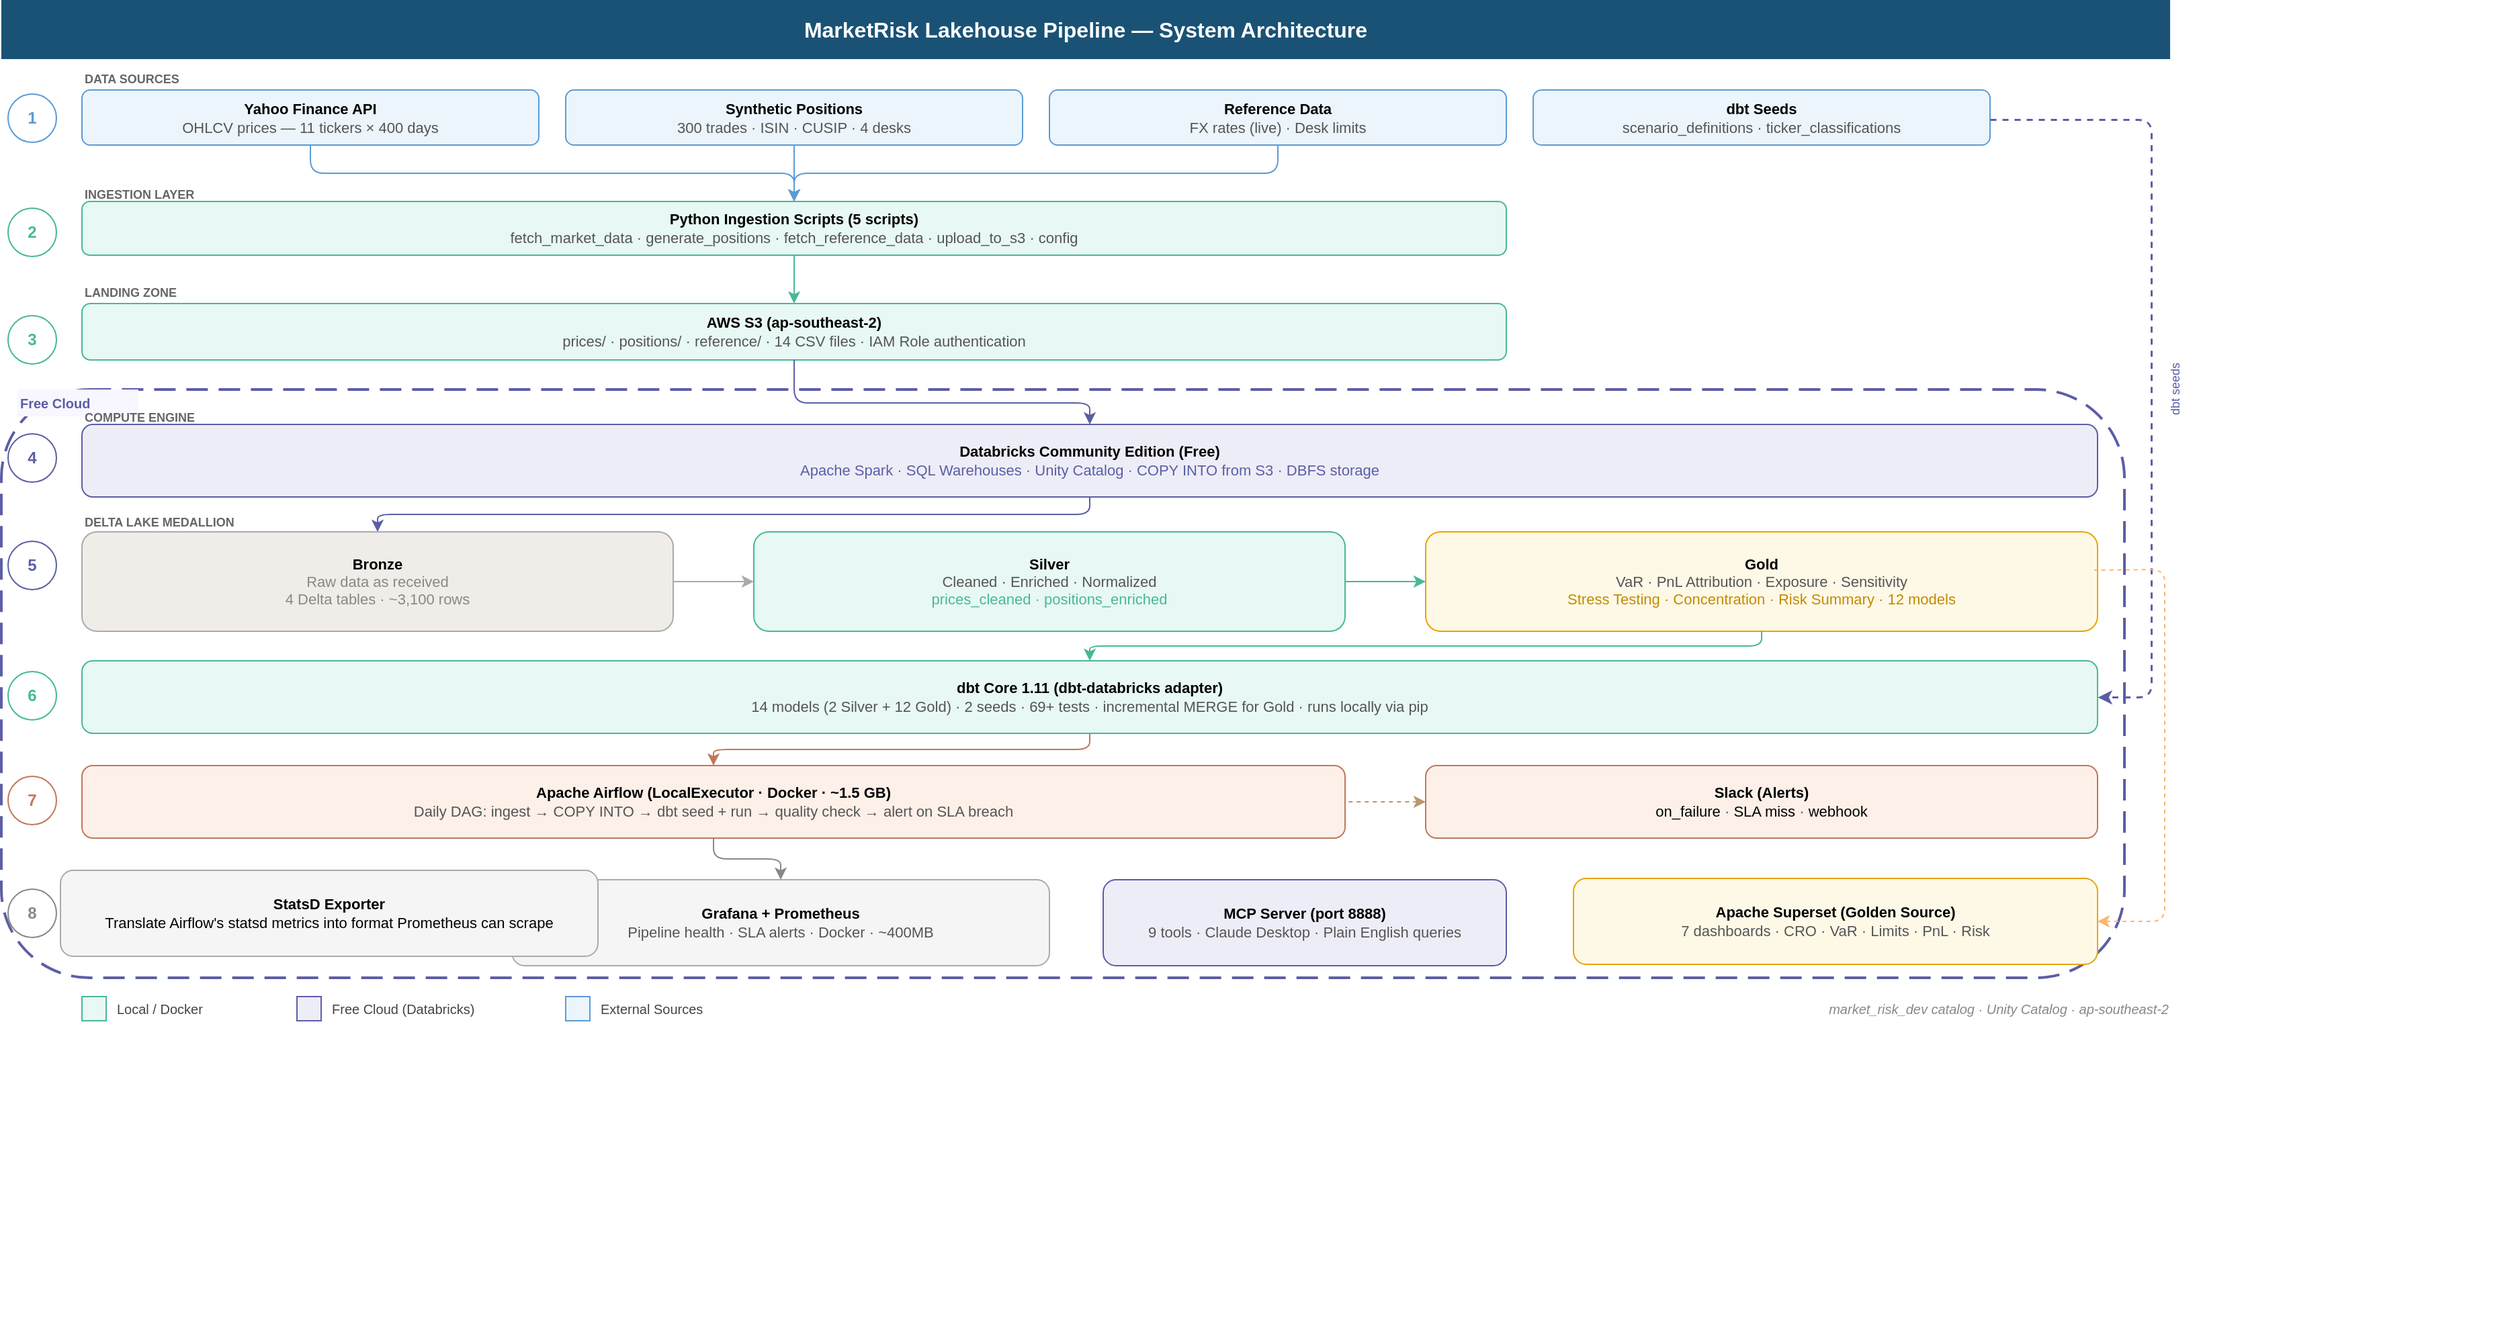
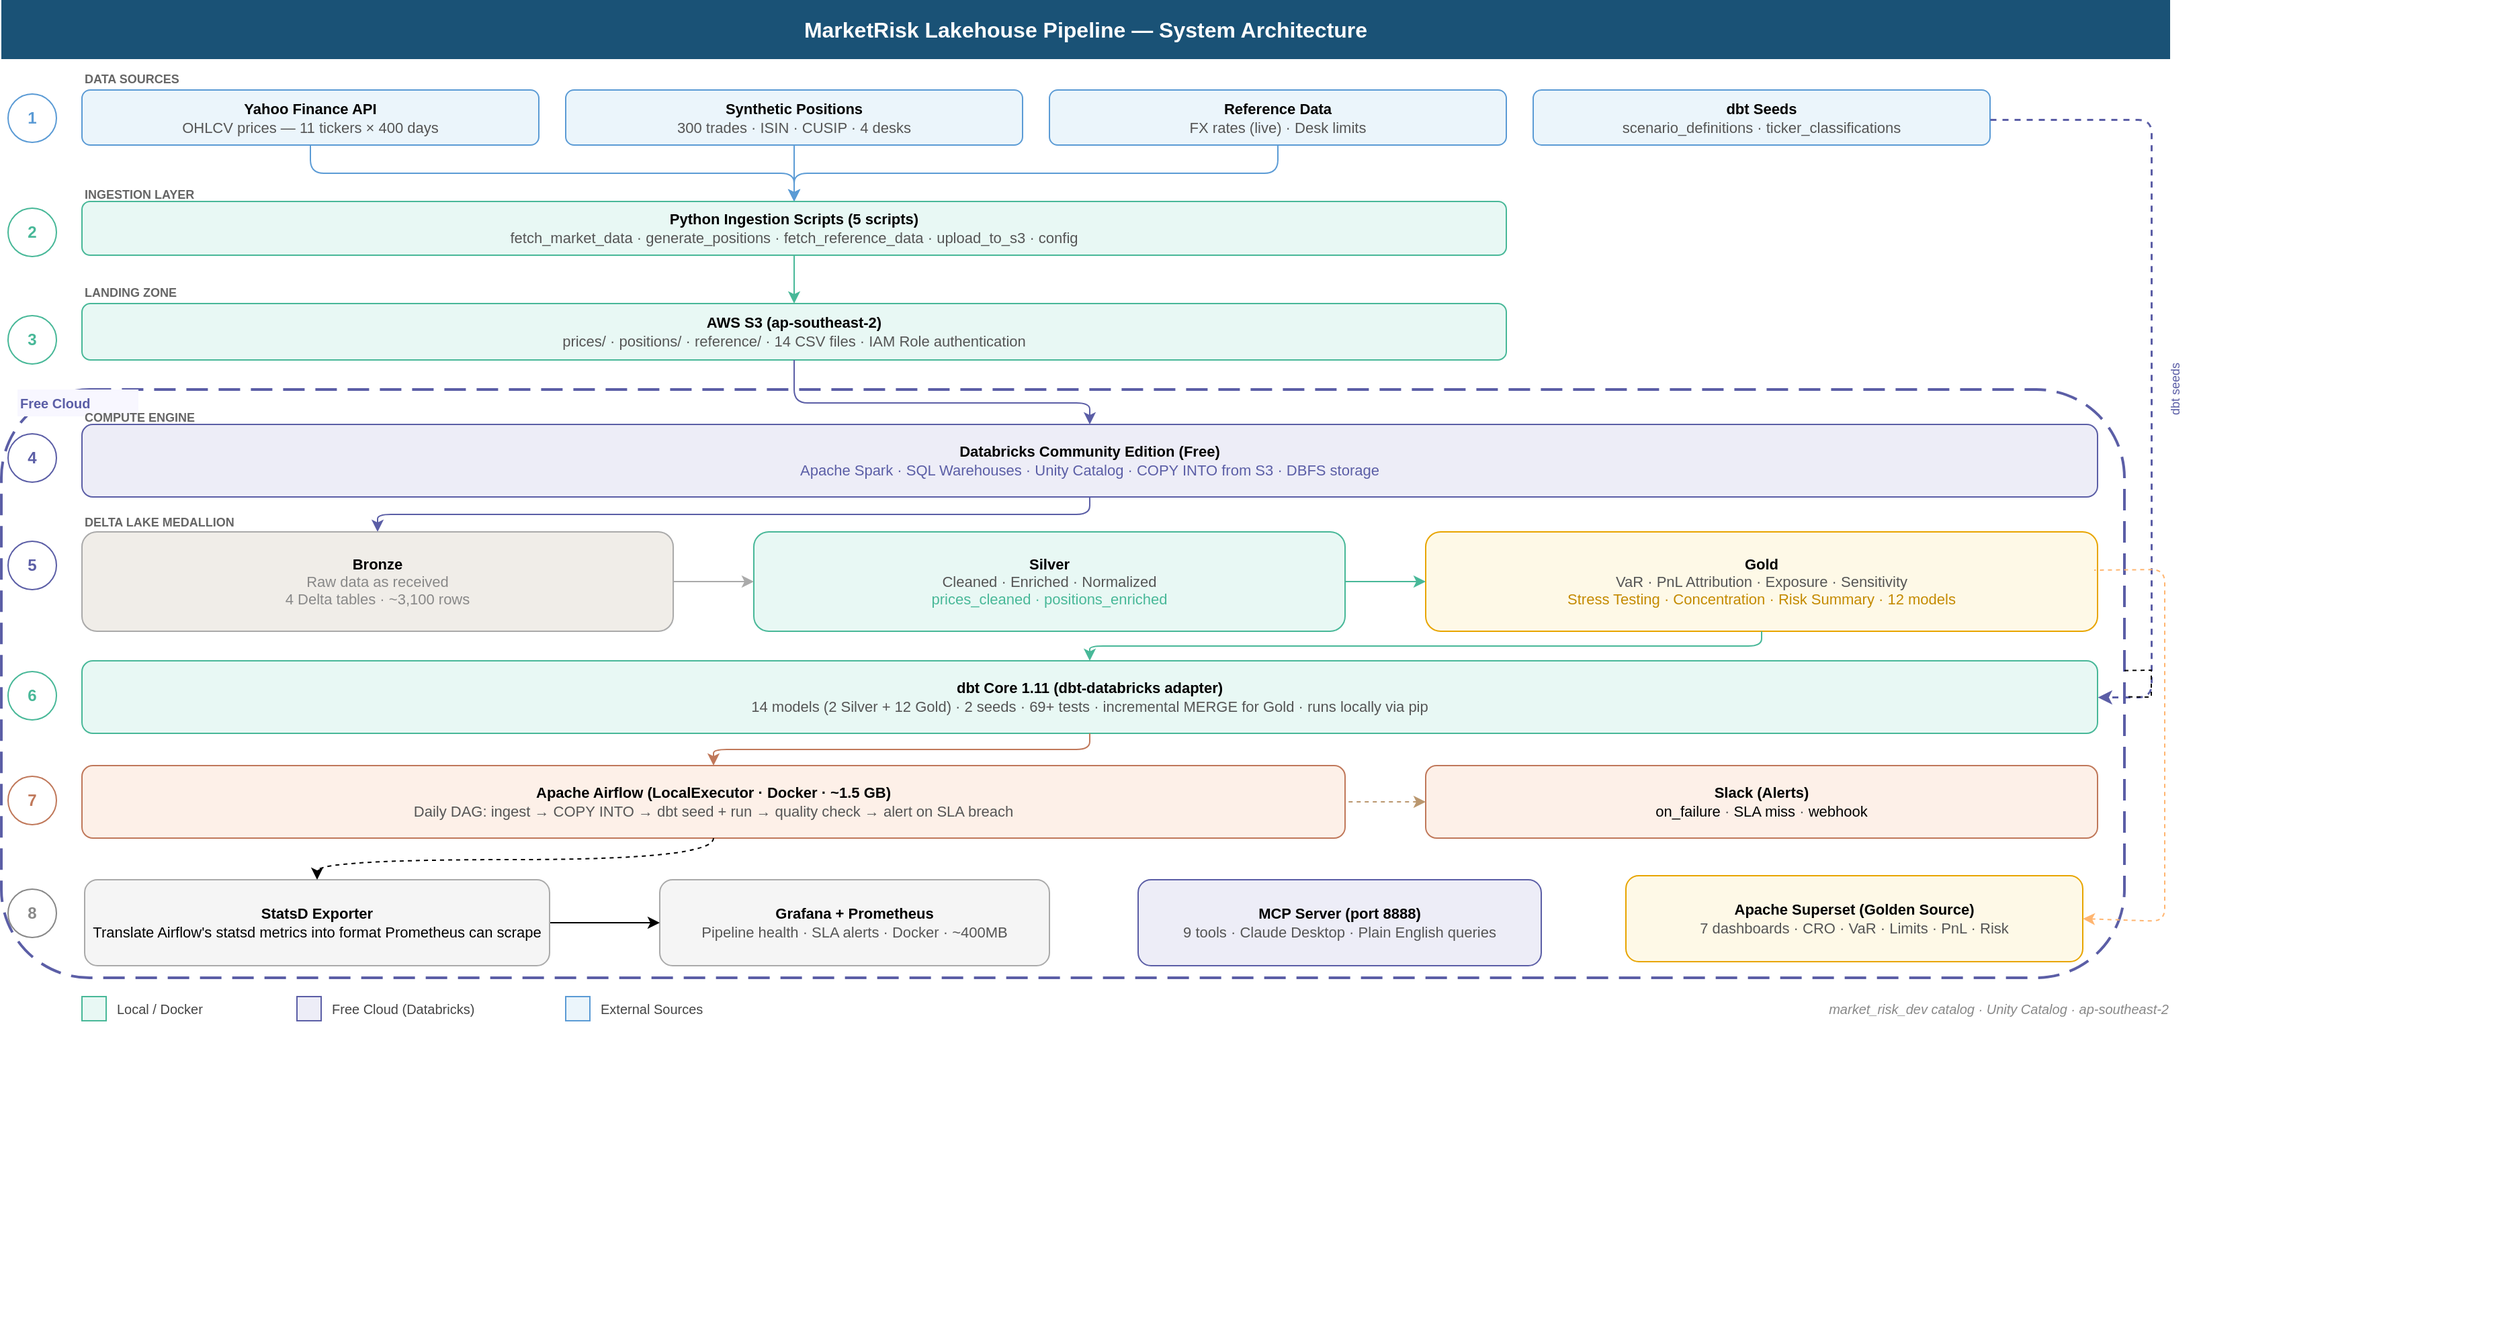
<mxfile host="app.diagrams.net">
  <diagram name="Page-1" id="-cQFvPMdIClFSUmL9I9t">
    <mxGraphModel dx="1645" dy="780" grid="1" gridSize="10" guides="1" tooltips="1" connect="1" arrows="1" fold="1" page="1" pageScale="1" pageWidth="850" pageHeight="1100" math="0" shadow="0">
      <root>
        <mxCell id="0" />
        <mxCell id="1" parent="0" />
        <mxCell id="MzbM_mRJEkIEzOc4ZALW-1" parent="1" style="text;html=1;strokeColor=none;fillColor=#1A5276;align=center;verticalAlign=middle;whiteSpace=wrap;rounded=0;fontColor=#FFFFFF;fontSize=16;fontStyle=1;" value="MarketRisk Lakehouse Pipeline — System Architecture" vertex="1">
          <mxGeometry height="44" width="1614" x="20" y="10" as="geometry" />
        </mxCell>
        <mxCell id="MzbM_mRJEkIEzOc4ZALW-2" parent="1" style="text;html=1;strokeColor=none;fillColor=none;align=left;verticalAlign=middle;fontStyle=1;fontSize=9;fontColor=#666666;" value="DATA SOURCES" vertex="1">
          <mxGeometry height="20" width="160" x="80" y="59" as="geometry" />
        </mxCell>
        <mxCell id="MzbM_mRJEkIEzOc4ZALW-3" parent="1" style="ellipse;whiteSpace=wrap;html=1;fillColor=#FFFFFF;strokeColor=#5B9BD5;fontColor=#5B9BD5;fontSize=12;fontStyle=1;" value="1" vertex="1">
          <mxGeometry height="36" width="36" x="25" y="80" as="geometry" />
        </mxCell>
        <mxCell id="MzbM_mRJEkIEzOc4ZALW-4" parent="1" style="rounded=1;whiteSpace=wrap;html=1;fillColor=#EBF5FB;strokeColor=#5B9BD5;fontSize=11;verticalAlign=middle;" value="&lt;b&gt;Yahoo Finance API&lt;/b&gt;&lt;br&gt;&lt;font color=&#39;#555555&#39;&gt;OHLCV prices — 11 tickers × 400 days&lt;/font&gt;" vertex="1">
          <mxGeometry height="41" width="340" x="80" y="77" as="geometry" />
        </mxCell>
        <mxCell id="MzbM_mRJEkIEzOc4ZALW-5" parent="1" style="rounded=1;whiteSpace=wrap;html=1;fillColor=#EBF5FB;strokeColor=#5B9BD5;fontSize=11;verticalAlign=middle;" value="&lt;b&gt;Synthetic Positions&lt;/b&gt;&lt;br&gt;&lt;font color=&#39;#555555&#39;&gt;300 trades · ISIN · CUSIP · 4 desks&lt;/font&gt;" vertex="1">
          <mxGeometry height="41" width="340" x="440" y="77" as="geometry" />
        </mxCell>
        <mxCell id="MzbM_mRJEkIEzOc4ZALW-6" parent="1" style="rounded=1;whiteSpace=wrap;html=1;fillColor=#EBF5FB;strokeColor=#5B9BD5;fontSize=11;verticalAlign=middle;" value="&lt;b&gt;Reference Data&lt;/b&gt;&lt;br&gt;&lt;font color=&#39;#555555&#39;&gt;FX rates (live) · Desk limits&lt;/font&gt;" vertex="1">
          <mxGeometry height="41" width="340" x="800" y="77" as="geometry" />
        </mxCell>
        <mxCell id="MzbM_mRJEkIEzOc4ZALW-7" parent="1" style="rounded=1;whiteSpace=wrap;html=1;fillColor=#EBF5FB;strokeColor=#5B9BD5;fontSize=11;verticalAlign=middle;" value="&lt;b&gt;dbt Seeds&lt;/b&gt;&lt;br&gt;&lt;font color=&#39;#555555&#39;&gt;scenario_definitions · ticker_classifications&lt;/font&gt;" vertex="1">
          <mxGeometry height="41" width="340" x="1160" y="77" as="geometry" />
        </mxCell>
        <mxCell id="MzbM_mRJEkIEzOc4ZALW-8" edge="1" parent="1" source="MzbM_mRJEkIEzOc4ZALW-4" style="edgeStyle=orthogonalEdgeStyle;strokeColor=#5B9BD5;" target="MzbM_mRJEkIEzOc4ZALW-15">
          <mxGeometry relative="1" as="geometry" />
        </mxCell>
        <mxCell id="MzbM_mRJEkIEzOc4ZALW-9" edge="1" parent="1" source="MzbM_mRJEkIEzOc4ZALW-5" style="edgeStyle=orthogonalEdgeStyle;strokeColor=#5B9BD5;" target="MzbM_mRJEkIEzOc4ZALW-15">
          <mxGeometry relative="1" as="geometry" />
        </mxCell>
        <mxCell id="MzbM_mRJEkIEzOc4ZALW-10" edge="1" parent="1" source="MzbM_mRJEkIEzOc4ZALW-6" style="edgeStyle=orthogonalEdgeStyle;strokeColor=#5B9BD5;" target="MzbM_mRJEkIEzOc4ZALW-15">
          <mxGeometry relative="1" as="geometry" />
        </mxCell>
        <mxCell id="MzbM_mRJEkIEzOc4ZALW-11" edge="1" parent="1" source="MzbM_mRJEkIEzOc4ZALW-7" style="edgeStyle=orthogonalEdgeStyle;dashed=1;strokeColor=#5B5EA6;strokeWidth=1.5;entryX=1;entryY=0.5;entryDx=0;entryDy=0;" target="MzbM_mRJEkIEzOc4ZALW-36">
          <mxGeometry relative="1" as="geometry">
            <Array as="points">
              <mxPoint x="1560" y="99" />
              <mxPoint x="1620" y="99" />
              <mxPoint x="1620" y="560" />
            </Array>
          </mxGeometry>
        </mxCell>
        <mxCell id="MzbM_mRJEkIEzOc4ZALW-12" parent="1" style="text;html=1;strokeColor=none;fillColor=none;align=center;verticalAlign=middle;fontSize=9;fontColor=#5B5EA6;rotation=-90;" value="dbt seeds" vertex="1">
          <mxGeometry height="20" width="60" x="1608" y="290" as="geometry" />
        </mxCell>
        <mxCell id="MzbM_mRJEkIEzOc4ZALW-13" parent="1" style="text;html=1;strokeColor=none;fillColor=none;align=left;verticalAlign=middle;fontStyle=1;fontSize=9;fontColor=#666666;" value="INGESTION LAYER" vertex="1">
          <mxGeometry height="20" width="160" x="80" y="145" as="geometry" />
        </mxCell>
        <mxCell id="MzbM_mRJEkIEzOc4ZALW-14" parent="1" style="ellipse;whiteSpace=wrap;html=1;fillColor=#FFFFFF;strokeColor=#48B898;fontColor=#48B898;fontSize=12;fontStyle=1;" value="2" vertex="1">
          <mxGeometry height="36" width="36" x="25" y="165" as="geometry" />
        </mxCell>
        <mxCell id="MzbM_mRJEkIEzOc4ZALW-15" parent="1" style="rounded=1;whiteSpace=wrap;html=1;fillColor=#E8F8F4;strokeColor=#48B898;fontSize=11;verticalAlign=middle;" value="&lt;b&gt;Python Ingestion Scripts (5 scripts)&lt;/b&gt;&lt;br&gt;&lt;font color=&#39;#555555&#39;&gt;fetch_market_data · generate_positions · fetch_reference_data · upload_to_s3 · config&lt;/font&gt;" vertex="1">
          <mxGeometry height="40" width="1060" x="80" y="160" as="geometry" />
        </mxCell>
        <mxCell id="MzbM_mRJEkIEzOc4ZALW-16" edge="1" parent="1" source="MzbM_mRJEkIEzOc4ZALW-15" style="edgeStyle=orthogonalEdgeStyle;strokeColor=#48B898;" target="MzbM_mRJEkIEzOc4ZALW-19">
          <mxGeometry relative="1" as="geometry" />
        </mxCell>
        <mxCell id="MzbM_mRJEkIEzOc4ZALW-17" parent="1" style="text;html=1;strokeColor=none;fillColor=none;align=left;verticalAlign=middle;fontStyle=1;fontSize=9;fontColor=#666666;" value="LANDING ZONE" vertex="1">
          <mxGeometry height="20" width="160" x="80" y="218" as="geometry" />
        </mxCell>
        <mxCell id="MzbM_mRJEkIEzOc4ZALW-18" parent="1" style="ellipse;whiteSpace=wrap;html=1;fillColor=#FFFFFF;strokeColor=#48B898;fontColor=#48B898;fontSize=12;fontStyle=1;" value="3" vertex="1">
          <mxGeometry height="36" width="36" x="25" y="245" as="geometry" />
        </mxCell>
        <mxCell id="MzbM_mRJEkIEzOc4ZALW-19" parent="1" style="rounded=1;whiteSpace=wrap;html=1;fillColor=#E8F8F4;strokeColor=#48B898;fontSize=11;verticalAlign=middle;" value="&lt;b&gt;AWS S3 (ap-southeast-2)&lt;/b&gt;&lt;br&gt;&lt;font color=&#39;#555555&#39;&gt;prices/ · positions/ · reference/ · 14 CSV files · IAM Role authentication&lt;/font&gt;" vertex="1">
          <mxGeometry height="42" width="1060" x="80" y="236" as="geometry" />
        </mxCell>
        <mxCell id="MzbM_mRJEkIEzOc4ZALW-20" parent="1" style="rounded=1;whiteSpace=wrap;html=1;fillColor=none;strokeColor=#5B5EA6;dashed=1;strokeWidth=2;dashPattern=8 4;verticalAlign=top;" value="" vertex="1">
          <mxGeometry height="438" width="1580" x="20" y="300" as="geometry" />
        </mxCell>
        <mxCell id="MzbM_mRJEkIEzOc4ZALW-21" parent="1" style="text;html=1;strokeColor=none;fillColor=#F8F7FF;align=left;verticalAlign=middle;fontStyle=1;fontSize=10;fontColor=#5B5EA6;" value="Free Cloud" vertex="1">
          <mxGeometry height="20" width="90" x="32" y="300" as="geometry" />
        </mxCell>
        <mxCell id="MzbM_mRJEkIEzOc4ZALW-22" edge="1" parent="1" source="MzbM_mRJEkIEzOc4ZALW-19" style="edgeStyle=orthogonalEdgeStyle;strokeColor=#5B5EA6;" target="MzbM_mRJEkIEzOc4ZALW-25">
          <mxGeometry relative="1" as="geometry">
            <Array as="points">
              <mxPoint x="610" y="310" />
              <mxPoint x="830" y="310" />
            </Array>
          </mxGeometry>
        </mxCell>
        <mxCell id="MzbM_mRJEkIEzOc4ZALW-23" parent="1" style="text;html=1;strokeColor=none;fillColor=none;align=left;verticalAlign=middle;fontStyle=1;fontSize=9;fontColor=#666666;" value="COMPUTE ENGINE" vertex="1">
          <mxGeometry height="20" width="160" x="80" y="311" as="geometry" />
        </mxCell>
        <mxCell id="MzbM_mRJEkIEzOc4ZALW-24" parent="1" style="ellipse;whiteSpace=wrap;html=1;fillColor=#FFFFFF;strokeColor=#5B5EA6;fontColor=#5B5EA6;fontSize=12;fontStyle=1;" value="4" vertex="1">
          <mxGeometry height="36" width="36" x="25" y="333" as="geometry" />
        </mxCell>
        <mxCell id="MzbM_mRJEkIEzOc4ZALW-25" parent="1" style="rounded=1;whiteSpace=wrap;html=1;fillColor=#EDEDF7;strokeColor=#5B5EA6;fontSize=11;verticalAlign=middle;" value="&lt;b&gt;Databricks Community Edition (Free)&lt;/b&gt;&lt;br&gt;&lt;font color=&#39;#5B5EA6&#39;&gt;Apache Spark · SQL Warehouses · Unity Catalog · COPY INTO from S3 · DBFS storage&lt;/font&gt;" vertex="1">
          <mxGeometry height="54" width="1500" x="80" y="326" as="geometry" />
        </mxCell>
        <mxCell id="MzbM_mRJEkIEzOc4ZALW-26" edge="1" parent="1" source="MzbM_mRJEkIEzOc4ZALW-25" style="edgeStyle=orthogonalEdgeStyle;strokeColor=#5B5EA6;" target="MzbM_mRJEkIEzOc4ZALW-29">
          <mxGeometry relative="1" as="geometry" />
        </mxCell>
        <mxCell id="MzbM_mRJEkIEzOc4ZALW-27" parent="1" style="text;html=1;strokeColor=none;fillColor=none;align=left;verticalAlign=middle;fontStyle=1;fontSize=9;fontColor=#666666;" value="DELTA LAKE MEDALLION" vertex="1">
          <mxGeometry height="20" width="200" x="80" y="389" as="geometry" />
        </mxCell>
        <mxCell id="MzbM_mRJEkIEzOc4ZALW-28" parent="1" style="ellipse;whiteSpace=wrap;html=1;fillColor=#FFFFFF;strokeColor=#5B5EA6;fontColor=#5B5EA6;fontSize=12;fontStyle=1;" value="5" vertex="1">
          <mxGeometry height="36" width="36" x="25" y="413" as="geometry" />
        </mxCell>
        <mxCell id="MzbM_mRJEkIEzOc4ZALW-29" parent="1" style="rounded=1;whiteSpace=wrap;html=1;fillColor=#F0EDE8;strokeColor=#AAAAAA;fontSize=11;verticalAlign=middle;" value="&lt;b&gt;Bronze&lt;/b&gt;&lt;br&gt;&lt;font color=&#39;#888888&#39;&gt;Raw data as received&lt;br&gt;4 Delta tables · ~3,100 rows&lt;/font&gt;" vertex="1">
          <mxGeometry height="74" width="440" x="80" y="406" as="geometry" />
        </mxCell>
        <mxCell id="MzbM_mRJEkIEzOc4ZALW-30" parent="1" style="rounded=1;whiteSpace=wrap;html=1;fillColor=#E8F8F4;strokeColor=#48B898;fontSize=11;verticalAlign=middle;" value="&lt;b&gt;Silver&lt;/b&gt;&lt;br&gt;&lt;font color=&#39;#555555&#39;&gt;Cleaned · Enriched · Normalized&lt;br&gt;&lt;/font&gt;&lt;font color=&#39;#48B898&#39;&gt;prices_cleaned · positions_enriched&lt;/font&gt;" vertex="1">
          <mxGeometry height="74" width="440" x="580" y="406" as="geometry" />
        </mxCell>
        <mxCell id="MzbM_mRJEkIEzOc4ZALW-31" parent="1" style="rounded=1;whiteSpace=wrap;html=1;fillColor=#FEF9E7;strokeColor=#E8A500;fontSize=11;verticalAlign=middle;" value="&lt;b&gt;Gold&lt;/b&gt;&lt;br&gt;&lt;font color=&#39;#555555&#39;&gt;VaR · PnL Attribution · Exposure · Sensitivity&lt;br&gt;&lt;/font&gt;&lt;font color=&#39;#C48A00&#39;&gt;Stress Testing · Concentration · Risk Summary · 12 models&lt;/font&gt;" vertex="1">
          <mxGeometry height="74" width="500" x="1080" y="406" as="geometry" />
        </mxCell>
        <mxCell id="MzbM_mRJEkIEzOc4ZALW-32" edge="1" parent="1" source="MzbM_mRJEkIEzOc4ZALW-29" style="edgeStyle=orthogonalEdgeStyle;strokeColor=#AAAAAA;" target="MzbM_mRJEkIEzOc4ZALW-30">
          <mxGeometry relative="1" as="geometry" />
        </mxCell>
        <mxCell id="MzbM_mRJEkIEzOc4ZALW-33" edge="1" parent="1" source="MzbM_mRJEkIEzOc4ZALW-30" style="edgeStyle=orthogonalEdgeStyle;strokeColor=#48B898;" target="MzbM_mRJEkIEzOc4ZALW-31">
          <mxGeometry relative="1" as="geometry" />
        </mxCell>
        <mxCell id="MzbM_mRJEkIEzOc4ZALW-34" edge="1" parent="1" source="MzbM_mRJEkIEzOc4ZALW-31" style="edgeStyle=orthogonalEdgeStyle;strokeColor=#48B898;" target="MzbM_mRJEkIEzOc4ZALW-36">
          <mxGeometry relative="1" as="geometry" />
        </mxCell>
        <mxCell id="MzbM_mRJEkIEzOc4ZALW-35" parent="1" style="ellipse;whiteSpace=wrap;html=1;fillColor=#FFFFFF;strokeColor=#48B898;fontColor=#48B898;fontSize=12;fontStyle=1;" value="6" vertex="1">
          <mxGeometry height="36" width="36" x="25" y="510" as="geometry" />
        </mxCell>
        <mxCell id="MzbM_mRJEkIEzOc4ZALW-36" parent="1" style="rounded=1;whiteSpace=wrap;html=1;fillColor=#E8F8F4;strokeColor=#48B898;fontSize=11;verticalAlign=middle;" value="&lt;b&gt;dbt Core 1.11 (dbt-databricks adapter)&lt;/b&gt;&lt;br&gt;&lt;font color=&#39;#555555&#39;&gt;14 models (2 Silver + 12 Gold) · 2 seeds · 69+ tests · incremental MERGE for Gold · runs locally via pip&lt;/font&gt;" vertex="1">
          <mxGeometry height="54" width="1500" x="80" y="502" as="geometry" />
        </mxCell>
        <mxCell id="MzbM_mRJEkIEzOc4ZALW-37" edge="1" parent="1" source="MzbM_mRJEkIEzOc4ZALW-36" style="edgeStyle=orthogonalEdgeStyle;strokeColor=#C0785A;" target="MzbM_mRJEkIEzOc4ZALW-39">
          <mxGeometry relative="1" as="geometry" />
        </mxCell>
        <mxCell id="MzbM_mRJEkIEzOc4ZALW-38" parent="1" style="ellipse;whiteSpace=wrap;html=1;fillColor=#FFFFFF;strokeColor=#C0785A;fontColor=#C0785A;fontSize=12;fontStyle=1;" value="7" vertex="1">
          <mxGeometry height="36" width="36" x="25" y="588" as="geometry" />
        </mxCell>
        <mxCell id="MzbM_mRJEkIEzOc4ZALW-39" parent="1" style="rounded=1;whiteSpace=wrap;html=1;fillColor=#FDF0E8;strokeColor=#C0785A;fontSize=11;verticalAlign=middle;" value="&lt;b&gt;Apache Airflow (LocalExecutor · Docker · ~1.5 GB)&lt;/b&gt;&lt;br&gt;&lt;font color=&#39;#555555&#39;&gt;Daily DAG: ingest → COPY INTO → dbt seed + run → quality check → alert on SLA breach&lt;/font&gt;" vertex="1">
          <mxGeometry height="54" width="940" x="80" y="580" as="geometry" />
        </mxCell>
-         <mxCell id="MzbM_mRJEkIEzOc4ZALW-40" edge="1" parent="1" source="MzbM_mRJEkIEzOc4ZALW-39" style="edgeStyle=orthogonalEdgeStyle;strokeColor=#888888;" target="MzbM_mRJEkIEzOc4ZALW-42">
-           <mxGeometry relative="1" as="geometry" />
-         </mxCell>
        <mxCell id="MzbM_mRJEkIEzOc4ZALW-41" parent="1" style="ellipse;whiteSpace=wrap;html=1;fillColor=#FFFFFF;strokeColor=#888888;fontColor=#888888;fontSize=12;fontStyle=1;" value="8" vertex="1">
          <mxGeometry height="36" width="36" x="25" y="672" as="geometry" />
        </mxCell>
        <mxCell id="MzbM_mRJEkIEzOc4ZALW-42" parent="1" style="rounded=1;whiteSpace=wrap;html=1;fillColor=#F5F5F5;strokeColor=#AAAAAA;fontSize=11;verticalAlign=middle;" value="&lt;b&gt;Grafana + Prometheus&lt;/b&gt;&lt;br&gt;&lt;font color=&#39;#555555&#39;&gt;Pipeline health · SLA alerts · Docker · ~400MB&lt;/font&gt;" vertex="1">
-           <mxGeometry height="64" width="400" x="400" y="665" as="geometry" />
+           <mxGeometry height="64" width="290" x="510" y="665" as="geometry" />
        </mxCell>
        <mxCell id="MzbM_mRJEkIEzOc4ZALW-43" parent="1" style="rounded=1;whiteSpace=wrap;html=1;fillColor=#EDEDF7;strokeColor=#5B5EA6;fontSize=11;verticalAlign=middle;" value="&lt;b&gt;MCP Server (port 8888)&lt;/b&gt;&lt;br&gt;&lt;font color=&#39;#555555&#39;&gt;9 tools · Claude Desktop · Plain English queries&lt;/font&gt;" vertex="1">
-           <mxGeometry height="64" width="300" x="840" y="665" as="geometry" />
+           <mxGeometry height="64" width="300" x="866" y="665" as="geometry" />
        </mxCell>
        <mxCell id="MzbM_mRJEkIEzOc4ZALW-44" parent="1" style="rounded=1;whiteSpace=wrap;html=1;fillColor=#FEF9E7;strokeColor=#E8A500;fontSize=11;verticalAlign=middle;" value="&lt;b&gt;Apache Superset (Golden Source)&lt;/b&gt;&lt;br&gt;&lt;font color=&#39;#555555&#39;&gt;7 dashboards · CRO · VaR · Limits · PnL · Risk&lt;/font&gt;" vertex="1">
-           <mxGeometry height="64" width="390" x="1190" y="664" as="geometry" />
+           <mxGeometry height="64" width="340" x="1229" y="662" as="geometry" />
        </mxCell>
        <mxCell id="MzbM_mRJEkIEzOc4ZALW-45" parent="1" style="rounded=0;whiteSpace=wrap;html=1;fillColor=#E8F8F4;strokeColor=#48B898;fontSize=10;" value="" vertex="1">
          <mxGeometry height="18" width="18" x="80" y="752" as="geometry" />
        </mxCell>
        <mxCell id="MzbM_mRJEkIEzOc4ZALW-46" parent="1" style="text;html=1;strokeColor=none;fillColor=none;align=left;verticalAlign=middle;fontSize=10;fontColor=#444444;" value="Local / Docker" vertex="1">
          <mxGeometry height="18" width="120" x="104" y="752" as="geometry" />
        </mxCell>
        <mxCell id="MzbM_mRJEkIEzOc4ZALW-47" parent="1" style="rounded=0;whiteSpace=wrap;html=1;fillColor=#EDEDF7;strokeColor=#5B5EA6;fontSize=10;" value="" vertex="1">
          <mxGeometry height="18" width="18" x="240" y="752" as="geometry" />
        </mxCell>
        <mxCell id="MzbM_mRJEkIEzOc4ZALW-48" parent="1" style="text;html=1;strokeColor=none;fillColor=none;align=left;verticalAlign=middle;fontSize=10;fontColor=#444444;" value="Free Cloud (Databricks)" vertex="1">
          <mxGeometry height="18" width="160" x="264" y="752" as="geometry" />
        </mxCell>
        <mxCell id="MzbM_mRJEkIEzOc4ZALW-49" parent="1" style="rounded=0;whiteSpace=wrap;html=1;fillColor=#EBF5FB;strokeColor=#5B9BD5;fontSize=10;" value="" vertex="1">
          <mxGeometry height="18" width="18" x="440" y="752" as="geometry" />
        </mxCell>
        <mxCell id="MzbM_mRJEkIEzOc4ZALW-50" parent="1" style="text;html=1;strokeColor=none;fillColor=none;align=left;verticalAlign=middle;fontSize=10;fontColor=#444444;" value="External Sources" vertex="1">
          <mxGeometry height="18" width="120" x="464" y="752" as="geometry" />
        </mxCell>
        <mxCell id="MzbM_mRJEkIEzOc4ZALW-51" parent="1" style="text;html=1;strokeColor=none;fillColor=light-dark(transparent,#FFCE9F);align=right;verticalAlign=middle;fontSize=10;fontColor=#888888;fontStyle=2;" value="market_risk_dev catalog · Unity Catalog · ap-southeast-2" vertex="1">
          <mxGeometry height="18" width="534" x="1100" y="752" as="geometry" />
        </mxCell>
        <mxCell id="MzbM_mRJEkIEzOc4ZALW-52" parent="1" style="rounded=1;whiteSpace=wrap;html=1;fillColor=#FDF0E8;strokeColor=#C0785A;fontSize=11;verticalAlign=middle;" value="&lt;b&gt;Slack (Alerts)&lt;/b&gt;&lt;div&gt;on_failure&lt;span style=&quot;color: rgb(85, 85, 85);&quot;&gt; · &lt;/span&gt;SLA miss&lt;span style=&quot;color: rgb(85, 85, 85);&quot;&gt; · &lt;/span&gt;webhook&lt;/div&gt;" vertex="1">
          <mxGeometry height="54" width="500" x="1080" y="580" as="geometry" />
        </mxCell>
        <mxCell id="MzbM_mRJEkIEzOc4ZALW-53" edge="1" parent="1" source="MzbM_mRJEkIEzOc4ZALW-52" style="endArrow=none;dashed=1;html=1;rounded=0;startArrow=classic;startFill=1;fillColor=light-dark(#FFFFFF,#FFCE9F);entryX=1;entryY=0.5;entryDx=0;entryDy=0;exitX=0;exitY=0.5;exitDx=0;exitDy=0;strokeColor=#BA976F;" target="MzbM_mRJEkIEzOc4ZALW-39" value="">
          <mxGeometry height="50" relative="1" width="50" as="geometry">
            <mxPoint x="1020" y="664" as="sourcePoint" />
            <mxPoint x="1070" y="614" as="targetPoint" />
          </mxGeometry>
        </mxCell>
        <mxCell id="MzbM_mRJEkIEzOc4ZALW-54" edge="1" parent="1" source="MzbM_mRJEkIEzOc4ZALW-44" style="endArrow=none;dashed=1;html=1;rounded=1;startArrow=classic;startFill=1;fillColor=light-dark(#FFFFFF,#FFCE9F);entryX=0.995;entryY=0.385;entryDx=0;entryDy=0;strokeColor=#FFB570;entryPerimeter=0;curved=0;exitX=1;exitY=0.5;exitDx=0;exitDy=0;fontStyle=1" target="MzbM_mRJEkIEzOc4ZALW-31" value="">
          <mxGeometry height="50" relative="1" width="50" as="geometry">
            <Array as="points">
              <mxPoint x="1630" y="696" />
              <mxPoint x="1630" y="434" />
            </Array>
            <mxPoint x="1640" y="610" as="sourcePoint" />
            <mxPoint x="1570" y="630" as="targetPoint" />
          </mxGeometry>
        </mxCell>
        <mxCell id="MzbM_mRJEkIEzOc4ZALW-55" parent="1" style="shape=stencil(lVfbcttACP0avTJ7g2Wf0/Q/MhOn1tS1M47TNn8fVHUVgyUyeZMtjoDDOWg15LuX/cPzbkjh5XI+/dz9GR8v+yF/G1Iaj/vdebzI1ZDvh3z3dDrvfpxPr8fH+ffzwxQ5Xf06/Z6e8HfGxQSlTKgU3v7/AyH/++P7HH8Yj1fxcruSikdodTs+B0hVPz8AkQNgKDpBRMgOADMwKkAqwG0bQATMCpDlEU4PlSBpQImQeRvAqd9eAOwDCJoGYIUQtwEtQtRNU4VUHECBGhWgCsBhqTFQUAAufTLrgAacNKACeSU1aDpD87UnJXHWgNLVtQ4gqAbwCa0iBM2S5PTk3YKd9NQVupPmYAHssMQZCtqSPAOx+Es7TmjA5MibraWFBnJ6EOU0PemJBqckyZD0HD4Evw5ovcUFkLtptxwXDEAs6gyOEWLTfmjdIesAYSlYQPAMlCChBaCnJbSTlh7cDDKHG5YwuI7DYueAjvhiCBDMFlhcu5UiGwflPvytJtB4lCB6NBW778UQxdG3bBU0+pZRe5YTXrU2rnhYR5TusKsU0TNpvAFUyJ5JW9/WV7uPvJfWlwFo14DwUL2SYl/vi8DR1QZxX+/LS6tAdDJQhqBHjaV7ZP0sgEBafaV2264CSu6WXM4C7GojCa2apbQoft1Csr9107H119h6SXYxxdIHs16R7UAykvP8aHUhR0BPqgGKplQOcN4MbjcGoLO5JVyXT0BuOGnfFPftGa0ecmd3g0tr/H4e2BgV6fAA1alddq0N9xYd34Z7O0jGgmzivQPeV0/+n8fLxcdnxtN4OMxfKdf37WeJ/DV/0uT7dw==);lineShape=1;strokeColor=light-dark(transparent,#FFB570);" value="" vertex="1">
          <mxGeometry height="118.5059393633378" width="112.2339953937933" x="1563.4225182869968" y="426.3926690543965" as="geometry" />
        </mxCell>
        <mxCell id="MzbM_mRJEkIEzOc4ZALW-56" parent="1" style="shape=stencil(fVbZcsIwDPyavGpky+czpf/BDKFkSoEBev195WZwkEn0lsPraLWrjTtaXfebc99ZvN4up/f+e9je9h29dNYOx31/GW581dG6o9XudOnfLqfP43a8P2/KynL1cfoqO/yMuBTA+IKy+Ds+MQm8/X/yOgIOw/EBkD2YJABkALMCyBCtADgPKakAQgEIBsgrAIIcBSDyF+IyIDmwEpAiZFoGRAPWCUAO9y1mAZ5fS9IGERCXEQ4hSdY5QXTLABvAZwmwEBQSxgM2rC1YRbkILkgdEiTFGg68tJInCMr6AEE2lZJajyHwRgD4k05hXF5LBryFU77ABZCUjWs0isxMUFLmHigFlQZKytxjxdksEEnGk4jzo2Dbnk42mQewyRoG1YjzIkw+rjKz2RXSZVSkCtM4zbOuw1iNygOrJMY07nUUaiTM68CB0sxzDZ15a9fIegBExdtTKFYAB6dSUondhjRHs9KlAnBPAMVMBu/TVXWIapdcG3psX1QqwntePRgjB219YyTuMin1WEBpVSI1tQNEqZml+3gv5Utups2pEvB+KDVjwsp6rjdIxlbdn/uBMo70fwj3O7TrgyJAiE+/ZjVd2C9BOog9hcJyfDEdNXbD4TCeVB7ft0cTfjQea2j9Bw==);lineShape=1;strokeColor=light-dark(transparent,#FFB570);" value="" vertex="1">
          <mxGeometry height="16.969255819914224" width="16.97273028473319" x="1573.3344097104032" y="428.838081951978" as="geometry" />
        </mxCell>
        <mxCell id="MzbM_mRJEkIEzOc4ZALW-57" parent="1" style="shape=stencil(fVbZcsIwDPyavGpky+czpf/BDKFkSoEBev195WZwkEn0lsPraLWrjTtaXfebc99ZvN4up/f+e9je9h29dNYOx31/GW581dG6o9XudOnfLqfP43a8P2/KynL1cfoqO/yMuBTA+IKy+Ds+MQm8/X/yOgIOw/EBkD2YJABkALMCyBCtADgPKakAQgEIBsgrAIIcBSDyF+IyIDmwEpAiZFoGRAPWCUAO9y1mAZ5fS9IGERCXEQ4hSdY5QXTLABvAZwmwEBQSxgM2rC1YRbkILkgdEiTFGg68tJInCMr6AEE2lZJajyHwRgD4k05hXF5LBryFU77ABZCUjWs0isxMUFLmHigFlQZKytxjxdksEEnGk4jzo2Dbnk42mQewyRoG1YjzIkw+rjKz2RXSZVSkCtM4zbOuw1iNygOrJMY07nUUaiTM68CB0sxzDZ15a9fIegBExdtTKFYAB6dSUondhjRHs9KlAnBPAMVMBu/TVXWIapdcG3psX1QqwntePRgjB219YyTuMin1WEBpVSI1tQNEqZml+3gv5Utups2pEvB+KDVjwsp6rjdIxlbdn/uBMo70fwj3O7TrgyJAiE+/ZjVd2C9BOog9hcJyfDEdNXbD4TCeVB7ft0cTfjQea2j9Bw==);lineShape=1;strokeColor=light-dark(transparent,#FFB570);" value="" vertex="1">
          <mxGeometry height="16.969255819914224" width="16.97273028473319" x="1739.5844097104032" y="382.588081951978" as="geometry" />
        </mxCell>
        <mxCell id="MzbM_mRJEkIEzOc4ZALW-58" parent="1" style="shape=stencil(rVfbbtswDP0avxISdSH13HX/UaDpYixLijTd5e9Hz5BjyhaLAntzVZ3wdnhIDeHh7fj0ehjQvd2ul++HX+Pz7TiELwPieD4eruNNvobwOISHl8v18O16eT8/z3+/Pk03p68fl5/TL/yeccgQ4oRC92c+CUD47+DrfP80nlf3Q4Ls1H3vwYU+IBIkUgBEKL4PSAg5a0CBbAGodSlkCNQHZASPChAl6GwAUvW4ApID5D6AEKLOavaQjBiIwekskW2BA7B2iSTRRuGKg5QUgCMEw0LJgEEDhCvFAJRKhAoQmzH1Ad45cLpyBc1CTCZ0ECXVxHWDYA0g8NEAeCgNgIGMIDi37BMnybDADnLRHXTPwz45InBpTSQDkAuwa4MIFkAIrvkqibPYlKVhmloLm4w0CSBuSu2MjsgRiu4ILnaTMqDOEhOwEQOF6sACyNXJXpNmnSVO9WS/1BESfwYgDYMbl8wmjW3hJGiymnSbpVJL2Wu5lnxLi/QATdATNSxloiorK/JFK4YASU+IKSpLLBmi5pI4aVlgmUE6hg97NANtTFi6Qb4Wdi001tQicE3UImX/FeAgaPaVZRbvT14pxLYhjELIMoDaJZlalmxErKN/GaRc+bi/n1CrrkkARgzBVweWZUAU3XAJJQa9PQS7gzxXsV4WGjKlj6BobfWpmty974A1k6gedK477b8t9ZsZner21HNGOx9MVmPbmQjJ2ibbrcdDtPawusvW686k532Vvd+3GsbHlv+2SPjNlie/b3BTomuU0dnUXIR2lR5j3EjlG5lDM52ffSx8fF8+7i+Tl/F0mh826/+3Lxk5ml9B4fEv);lineShape=1;strokeColor=light-dark(transparent,#FFB570);" value="" vertex="1">
          <mxGeometry height="159.4135901905932" width="62.807957164800996" x="1666.0724249247137" y="326.510252592469" as="geometry" />
        </mxCell>
        <mxCell id="MzbM_mRJEkIEzOc4ZALW-59" parent="1" style="shape=stencil(fVbZcsIwDPyavGpky+czpf/BDKFkSoEBev195WZwkEn0lsPraLWrjTtaXfebc99ZvN4up/f+e9je9h29dNYOx31/GW581dG6o9XudOnfLqfP43a8P2/KynL1cfoqO/yMuBTA+IKy+Ds+MQm8/X/yOgIOw/EBkD2YJABkALMCyBCtADgPKakAQgEIBsgrAIIcBSDyF+IyIDmwEpAiZFoGRAPWCUAO9y1mAZ5fS9IGERCXEQ4hSdY5QXTLABvAZwmwEBQSxgM2rC1YRbkILkgdEiTFGg68tJInCMr6AEE2lZJajyHwRgD4k05hXF5LBryFU77ABZCUjWs0isxMUFLmHigFlQZKytxjxdksEEnGk4jzo2Dbnk42mQewyRoG1YjzIkw+rjKz2RXSZVSkCtM4zbOuw1iNygOrJMY07nUUaiTM68CB0sxzDZ15a9fIegBExdtTKFYAB6dSUondhjRHs9KlAnBPAMVMBu/TVXWIapdcG3psX1QqwntePRgjB219YyTuMin1WEBpVSI1tQNEqZml+3gv5Utups2pEvB+KDVjwsp6rjdIxlbdn/uBMo70fwj3O7TrgyJAiE+/ZjVd2C9BOog9hcJyfDEdNXbD4TCeVB7ft0cTfjQea2j9Bw==);lineShape=1;strokeColor=light-dark(transparent,#FFB570);" value="" vertex="1">
          <mxGeometry height="16.969255819914224" width="16.97273028473319" x="1257.0844097104032" y="873.838081951978" as="geometry" />
        </mxCell>
        <mxCell id="MzbM_mRJEkIEzOc4ZALW-60" parent="1" style="shape=stencil(fVbZcsIwDPyavGpky+czpf/BDKFkSoEBev195WZwkEn0lsPraLWrjTtaXfebc99ZvN4up/f+e9je9h29dNYOx31/GW581dG6o9XudOnfLqfP43a8P2/KynL1cfoqO/yMuBTA+IKy+Ds+MQm8/X/yOgIOw/EBkD2YJABkALMCyBCtADgPKakAQgEIBsgrAIIcBSDyF+IyIDmwEpAiZFoGRAPWCUAO9y1mAZ5fS9IGERCXEQ4hSdY5QXTLABvAZwmwEBQSxgM2rC1YRbkILkgdEiTFGg68tJInCMr6AEE2lZJajyHwRgD4k05hXF5LBryFU77ABZCUjWs0isxMUFLmHigFlQZKytxjxdksEEnGk4jzo2Dbnk42mQewyRoG1YjzIkw+rjKz2RXSZVSkCtM4zbOuw1iNygOrJMY07nUUaiTM68CB0sxzDZ15a9fIegBExdtTKFYAB6dSUondhjRHs9KlAnBPAMVMBu/TVXWIapdcG3psX1QqwntePRgjB219YyTuMin1WEBpVSI1tQNEqZml+3gv5Utups2pEvB+KDVjwsp6rjdIxlbdn/uBMo70fwj3O7TrgyJAiE+/ZjVd2C9BOog9hcJyfDEdNXbD4TCeVB7ft0cTfjQea2j9Bw==);lineShape=1;strokeColor=light-dark(transparent,#FFB570);" value="" vertex="1">
          <mxGeometry height="16.969255819914224" width="16.97273028473319" x="1860.8344097104032" y="757.588081951978" as="geometry" />
        </mxCell>
        <mxCell id="MzbM_mRJEkIEzOc4ZALW-61" parent="1" style="shape=stencil(lVfbctpADP0av2q0q70+p+l/ZCakMKWQIaSXv69cuoYV+GDezKLj1eVIOh7k6WP98r4aPH8cD/vvq1+b1+N6kC+D95vdenXYHPVpkOdBnt72h9W3w/5z93r6/f4yWo5PP/Y/xzf8PuEClTSCPP9pB6H+O/h6Mt9udp155c7c6UmB9qWzH98f5+0jce7s5Z596P0JgXKet0/kXWcf9Ubgf6biO/ukCXPz9o6pSgfIQp4BIFLqIy5MEdzgPXFfsaJBgZBlel8DVCZBNbsGeIoBFMFTiVcAEHRSj6N16X+ib5ehEvd1KIUY8LRUqn0MRYkBADXbGIqDLtVCQSwA3lCo1h7gyYFK10ohW0AGzaCAYoIWShhgXdIsoaAVYFyKVAQCcj8AlK0FkG8M2sSQcdCa1itqSIIASRaQUAy5jZQLQEQuZfJiAQ6lVXPCNmjUogowLappDYhLicRUOpJglyz5Qpudc4BsghYMyOSCpXdALmVKpnCudflcpX2wgIypYRtIb0CA2pJ4EQOa3mM/eJslwQ1Uo62DAPI5ZmJDJt2SOIhytVEgv2v7+4KuSDUowBmXtCHwrLQ36AlqiIcBTKEfTNXBWakrKPRkqpNYmVtysQ9aCVzvrNG+5Ua2IDHGbQdOauxc/NviobZFvtAnz+T7K6rADeE0CNNzeJQlqxCzFg6wVdrOnBRZbivmtkNWakStC2g4bt01KUodlCBDbJWJKlbk/1V33lHE3PTpQsXNbdMsE/Tc+nByH+4RtmvEt4MZ89wXy0FnnN0IDMX81LBncw8y75sQP5vDXrHKBZtPY3yZM2LbBIcamsRflkil4CNlmqTxMhI8/M14x1wfzp+nb5vt9vR1e/m//ZzVo9OnsDz/BQ==);lineShape=1;strokeColor=light-dark(transparent,#FFB570);" value="" vertex="1">
          <mxGeometry height="157.69141752718127" width="300.7377643490963" x="1305.2623229245291" y="838.6642333075431" as="geometry" />
        </mxCell>
+         <mxCell id="wz8yFtI2j1lMhV1kpnct-2" edge="1" parent="1" source="MzbM_mRJEkIEzOc4ZALW-66" style="edgeStyle=orthogonalEdgeStyle;rounded=0;orthogonalLoop=1;jettySize=auto;html=1;exitX=1;exitY=0.5;exitDx=0;exitDy=0;entryX=0;entryY=0.5;entryDx=0;entryDy=0;" target="MzbM_mRJEkIEzOc4ZALW-42">
+           <mxGeometry relative="1" as="geometry" />
+         </mxCell>
        <mxCell id="MzbM_mRJEkIEzOc4ZALW-66" parent="1" style="rounded=1;whiteSpace=wrap;html=1;fillColor=#F5F5F5;strokeColor=#AAAAAA;fontSize=11;verticalAlign=middle;" value="&lt;b&gt;StatsD Exporter&lt;/b&gt;&lt;div&gt;Translate Airflow&#39;s statsd metrics into format Prometheus can scrape&lt;/div&gt;" vertex="1">
-           <mxGeometry height="64" width="400" x="64" y="658" as="geometry" />
+           <mxGeometry height="64" width="346" x="82" y="665" as="geometry" />
+         </mxCell>
+         <mxCell id="wz8yFtI2j1lMhV1kpnct-4" edge="1" parent="1" source="MzbM_mRJEkIEzOc4ZALW-20" style="endArrow=none;dashed=1;html=1;rounded=0;" target="MzbM_mRJEkIEzOc4ZALW-20" value="">
+           <mxGeometry height="50" relative="1" width="50" as="geometry">
+             <mxPoint x="460" y="690" as="sourcePoint" />
+             <mxPoint x="510" y="640" as="targetPoint" />
+           </mxGeometry>
+         </mxCell>
+         <mxCell id="wz8yFtI2j1lMhV1kpnct-5" edge="1" parent="1" source="MzbM_mRJEkIEzOc4ZALW-39" style="endArrow=classic;dashed=1;html=1;rounded=0;exitX=0.5;exitY=1;exitDx=0;exitDy=0;endFill=1;entryX=0.5;entryY=0;entryDx=0;entryDy=0;edgeStyle=orthogonalEdgeStyle;curved=1;" target="MzbM_mRJEkIEzOc4ZALW-66" value="">
+           <mxGeometry height="50" relative="1" width="50" as="geometry">
+             <Array as="points">
+               <mxPoint x="550" y="650" />
+               <mxPoint x="255" y="650" />
+             </Array>
+             <mxPoint x="470" y="680" as="sourcePoint" />
+             <mxPoint x="230" y="840" as="targetPoint" />
+           </mxGeometry>
        </mxCell>
      </root>
    </mxGraphModel>
  </diagram>
</mxfile>
